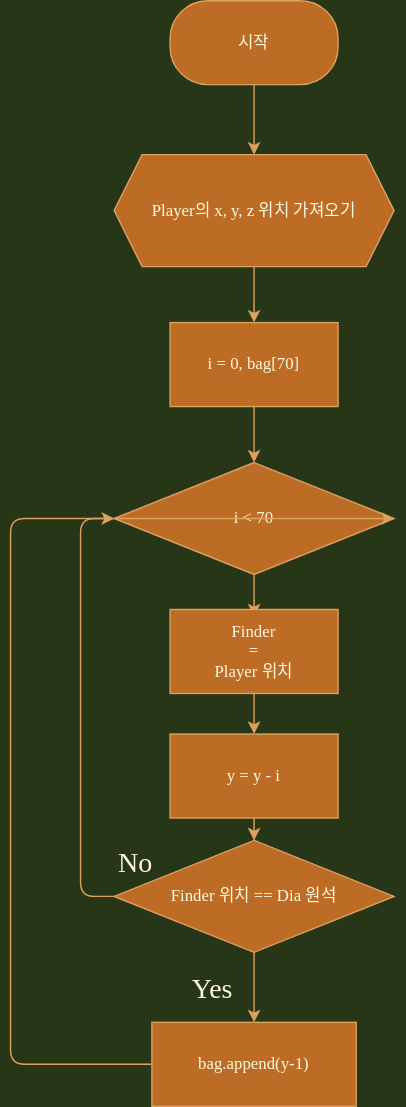
Above: Algorithm/finding_dia.drawio.svg in Xe-Kinesis/Minecraft-Python (draw.io), before the change. Source tidied: cells renumbered, new cells last; positions are measured from the earlier drawing's top-left corner, leaving out a move shared by most shapes. The source it was exported from:
```xml
<mxGraphModel background="#283618">
  <root>
    <mxCell id="0" />
    <mxCell id="1" parent="0" />
    <mxCell id="2" style="edgeStyle=orthogonalEdgeStyle;curved=0;rounded=1;sketch=0;jettySize=auto;html=1;fontFamily=어그로체;fontSource=https%3A%2F%2Fcdn.jsdelivr.net%2Fgh%2Fprojectnoonnu%2Fnoonfonts_2108%401.1%2FSBAggroB.woff;fontColor=#FEFAE0;strokeColor=#DDA15E;labelBackgroundColor=#283618;" parent="1" edge="1" source="3" target="5">
      <mxGeometry relative="1" as="geometry" />
    </mxCell>
    <mxCell id="3" value="시작" style="rounded=1;whiteSpace=wrap;html=1;sketch=0;fontColor=#FEFAE0;strokeColor=#DDA15E;fillColor=#BC6C25;arcSize=45;fontFamily=어그로체;fontSource=https%3A%2F%2Fcdn.jsdelivr.net%2Fgh%2Fprojectnoonnu%2Fnoonfonts_2108%401.1%2FSBAggroB.woff;" parent="1" vertex="1">
      <mxGeometry x="114" width="120" height="60" as="geometry" />
    </mxCell>
    <mxCell id="4" style="edgeStyle=orthogonalEdgeStyle;curved=0;rounded=1;sketch=0;jettySize=auto;html=1;fontFamily=어그로체;fontSource=https%3A%2F%2Fcdn.jsdelivr.net%2Fgh%2Fprojectnoonnu%2Fnoonfonts_2108%401.1%2FSBAggroB.woff;fontColor=#FEFAE0;strokeColor=#DDA15E;labelBackgroundColor=#283618;" parent="1" edge="1" source="5" target="7">
      <mxGeometry relative="1" as="geometry" />
    </mxCell>
    <mxCell id="5" value="Player의 x, y, z 위치 가져오기" style="shape=hexagon;perimeter=hexagonPerimeter2;whiteSpace=wrap;html=1;fixedSize=1;rounded=0;sketch=0;fontFamily=어그로체;fontSource=https%3A%2F%2Fcdn.jsdelivr.net%2Fgh%2Fprojectnoonnu%2Fnoonfonts_2108%401.1%2FSBAggroB.woff;fontColor=#FEFAE0;strokeColor=#DDA15E;fillColor=#BC6C25;" parent="1" vertex="1">
      <mxGeometry x="74" y="110" width="200" height="80" as="geometry" />
    </mxCell>
    <mxCell id="6" style="edgeStyle=orthogonalEdgeStyle;curved=0;rounded=1;sketch=0;jettySize=auto;html=1;fontFamily=어그로체;fontSource=https%3A%2F%2Fcdn.jsdelivr.net%2Fgh%2Fprojectnoonnu%2Fnoonfonts_2108%401.1%2FSBAggroB.woff;fontColor=#FEFAE0;strokeColor=#DDA15E;labelBackgroundColor=#283618;" parent="1" edge="1" source="7" target="9">
      <mxGeometry relative="1" as="geometry" />
    </mxCell>
    <mxCell id="7" value="i = 0, bag[70]" style="rounded=0;whiteSpace=wrap;html=1;sketch=0;fontFamily=어그로체;fontSource=https%3A%2F%2Fcdn.jsdelivr.net%2Fgh%2Fprojectnoonnu%2Fnoonfonts_2108%401.1%2FSBAggroB.woff;fontColor=#FEFAE0;strokeColor=#DDA15E;fillColor=#BC6C25;" parent="1" vertex="1">
      <mxGeometry x="114" y="230" width="120" height="60" as="geometry" />
    </mxCell>
    <mxCell id="8" style="edgeStyle=orthogonalEdgeStyle;curved=0;rounded=1;sketch=0;jettySize=auto;html=1;fontFamily=어그로체;fontSource=https%3A%2F%2Fcdn.jsdelivr.net%2Fgh%2Fprojectnoonnu%2Fnoonfonts_2108%401.1%2FSBAggroB.woff;fontColor=#FEFAE0;strokeColor=#DDA15E;labelBackgroundColor=#283618;" parent="1" edge="1" source="9">
      <mxGeometry relative="1" as="geometry">
        <mxPoint x="174" y="440" as="targetPoint" />
        <Array as="points">
          <mxPoint x="174" y="430" />
          <mxPoint x="174" y="430" />
        </Array>
      </mxGeometry>
    </mxCell>
    <mxCell id="9" value="i &amp;lt; 70" style="rhombus;whiteSpace=wrap;html=1;rounded=0;fontFamily=어그로체;fontSource=https%3A%2F%2Fcdn.jsdelivr.net%2Fgh%2Fprojectnoonnu%2Fnoonfonts_2108%401.1%2FSBAggroB.woff;fontColor=#FEFAE0;strokeColor=#DDA15E;fillColor=#BC6C25;sketch=0;" parent="1" vertex="1">
      <mxGeometry x="74" y="330" width="200" height="80" as="geometry" />
    </mxCell>
    <mxCell id="10" style="edgeStyle=orthogonalEdgeStyle;curved=0;rounded=1;sketch=0;jettySize=auto;html=1;fontFamily=어그로체;fontSource=https%3A%2F%2Fcdn.jsdelivr.net%2Fgh%2Fprojectnoonnu%2Fnoonfonts_2108%401.1%2FSBAggroB.woff;fontColor=#FEFAE0;strokeColor=#DDA15E;labelBackgroundColor=#283618;" parent="1" edge="1" source="11" target="14">
      <mxGeometry relative="1" as="geometry" />
    </mxCell>
    <mxCell id="11" value="y = y - i" style="whiteSpace=wrap;html=1;rounded=0;fontFamily=어그로체;fontSource=https%3A%2F%2Fcdn.jsdelivr.net%2Fgh%2Fprojectnoonnu%2Fnoonfonts_2108%401.1%2FSBAggroB.woff;fontColor=#FEFAE0;strokeColor=#DDA15E;fillColor=#BC6C25;sketch=0;" parent="1" vertex="1">
      <mxGeometry x="114" y="524" width="120" height="60" as="geometry" />
    </mxCell>
    <mxCell id="12" style="edgeStyle=orthogonalEdgeStyle;curved=0;rounded=1;sketch=0;jettySize=auto;html=1;fontFamily=어그로체;fontSource=https%3A%2F%2Fcdn.jsdelivr.net%2Fgh%2Fprojectnoonnu%2Fnoonfonts_2108%401.1%2FSBAggroB.woff;fontColor=#FEFAE0;strokeColor=#DDA15E;labelBackgroundColor=#283618;" parent="1" edge="1" source="14" target="18">
      <mxGeometry relative="1" as="geometry" />
    </mxCell>
    <mxCell id="13" style="edgeStyle=orthogonalEdgeStyle;curved=0;rounded=1;sketch=0;jettySize=auto;html=1;fontFamily=어그로체;fontSource=https%3A%2F%2Fcdn.jsdelivr.net%2Fgh%2Fprojectnoonnu%2Fnoonfonts_2108%401.1%2FSBAggroB.woff;fontColor=#FEFAE0;strokeColor=#DDA15E;entryX=1;entryY=0.5;entryDx=0;entryDy=0;exitX=1;exitY=0.5;exitDx=0;exitDy=0;labelBackgroundColor=#283618;" parent="1" edge="1" source="14" target="9">
      <mxGeometry relative="1" as="geometry">
        <Array as="points">
          <mxPoint x="50" y="640" />
          <mxPoint x="50" y="370" />
        </Array>
      </mxGeometry>
    </mxCell>
    <mxCell id="14" value="Finder 위치 == Dia 원석" style="rhombus;whiteSpace=wrap;html=1;rounded=0;fontFamily=어그로체;fontSource=https%3A%2F%2Fcdn.jsdelivr.net%2Fgh%2Fprojectnoonnu%2Fnoonfonts_2108%401.1%2FSBAggroB.woff;fontColor=#FEFAE0;strokeColor=#DDA15E;fillColor=#BC6C25;sketch=0;" parent="1" vertex="1">
      <mxGeometry x="74" y="600" width="200" height="80" as="geometry" />
    </mxCell>
    <mxCell id="15" style="edgeStyle=orthogonalEdgeStyle;curved=0;rounded=1;sketch=0;jettySize=auto;html=1;fontFamily=어그로체;fontSource=https%3A%2F%2Fcdn.jsdelivr.net%2Fgh%2Fprojectnoonnu%2Fnoonfonts_2108%401.1%2FSBAggroB.woff;fontColor=#FEFAE0;strokeColor=#DDA15E;labelBackgroundColor=#283618;" parent="1" edge="1" source="16" target="11">
      <mxGeometry relative="1" as="geometry" />
    </mxCell>
    <mxCell id="16" value="Finder &lt;br&gt;= &lt;br&gt;Player 위치" style="whiteSpace=wrap;html=1;rounded=0;fontFamily=어그로체;fontSource=https%3A%2F%2Fcdn.jsdelivr.net%2Fgh%2Fprojectnoonnu%2Fnoonfonts_2108%401.1%2FSBAggroB.woff;fontColor=#FEFAE0;strokeColor=#DDA15E;fillColor=#BC6C25;sketch=0;" parent="1" vertex="1">
      <mxGeometry x="114" y="435" width="120" height="60" as="geometry" />
    </mxCell>
    <mxCell id="17" style="edgeStyle=orthogonalEdgeStyle;curved=0;rounded=1;sketch=0;jettySize=auto;html=1;fontFamily=어그로체;fontSource=https%3A%2F%2Fcdn.jsdelivr.net%2Fgh%2Fprojectnoonnu%2Fnoonfonts_2108%401.1%2FSBAggroB.woff;fontColor=#FEFAE0;strokeColor=#DDA15E;entryX=0;entryY=0.5;entryDx=0;entryDy=0;labelBackgroundColor=#283618;" parent="1" edge="1" source="18" target="9">
      <mxGeometry relative="1" as="geometry">
        <Array as="points">
          <mxPoint y="760" />
          <mxPoint y="370" />
        </Array>
      </mxGeometry>
    </mxCell>
    <mxCell id="18" value="bag.append(y-1)" style="whiteSpace=wrap;html=1;rounded=0;fontFamily=어그로체;fontSource=https%3A%2F%2Fcdn.jsdelivr.net%2Fgh%2Fprojectnoonnu%2Fnoonfonts_2108%401.1%2FSBAggroB.woff;fontColor=#FEFAE0;strokeColor=#DDA15E;fillColor=#BC6C25;sketch=0;" parent="1" vertex="1">
      <mxGeometry x="101" y="730" width="146" height="60" as="geometry" />
    </mxCell>
    <mxCell id="19" value="&lt;font face=&quot;어그로체&quot;&gt;No&lt;/font&gt;" style="text;html=1;align=center;verticalAlign=middle;sketch=1;hachureGap=4;fontFamily=Architects Daughter;fontSource=https%3A%2F%2Ffonts.googleapis.com%2Fcss%3Ffamily%3DArchitects%2BDaughter;fontSize=20;fontColor=#FEFAE0;" parent="1" vertex="1">
      <mxGeometry x="64" y="600" width="50" height="30" as="geometry" />
    </mxCell>
    <mxCell id="20" value="&lt;font face=&quot;어그로체&quot;&gt;Yes&lt;/font&gt;" style="text;html=1;align=center;verticalAlign=middle;sketch=1;hachureGap=4;fontFamily=Architects Daughter;fontSource=https%3A%2F%2Ffonts.googleapis.com%2Fcss%3Ffamily%3DArchitects%2BDaughter;fontSize=20;fontColor=#FEFAE0;" parent="1" vertex="1">
      <mxGeometry x="114" y="690" width="60" height="30" as="geometry" />
    </mxCell>
  </root>
</mxGraphModel>
```
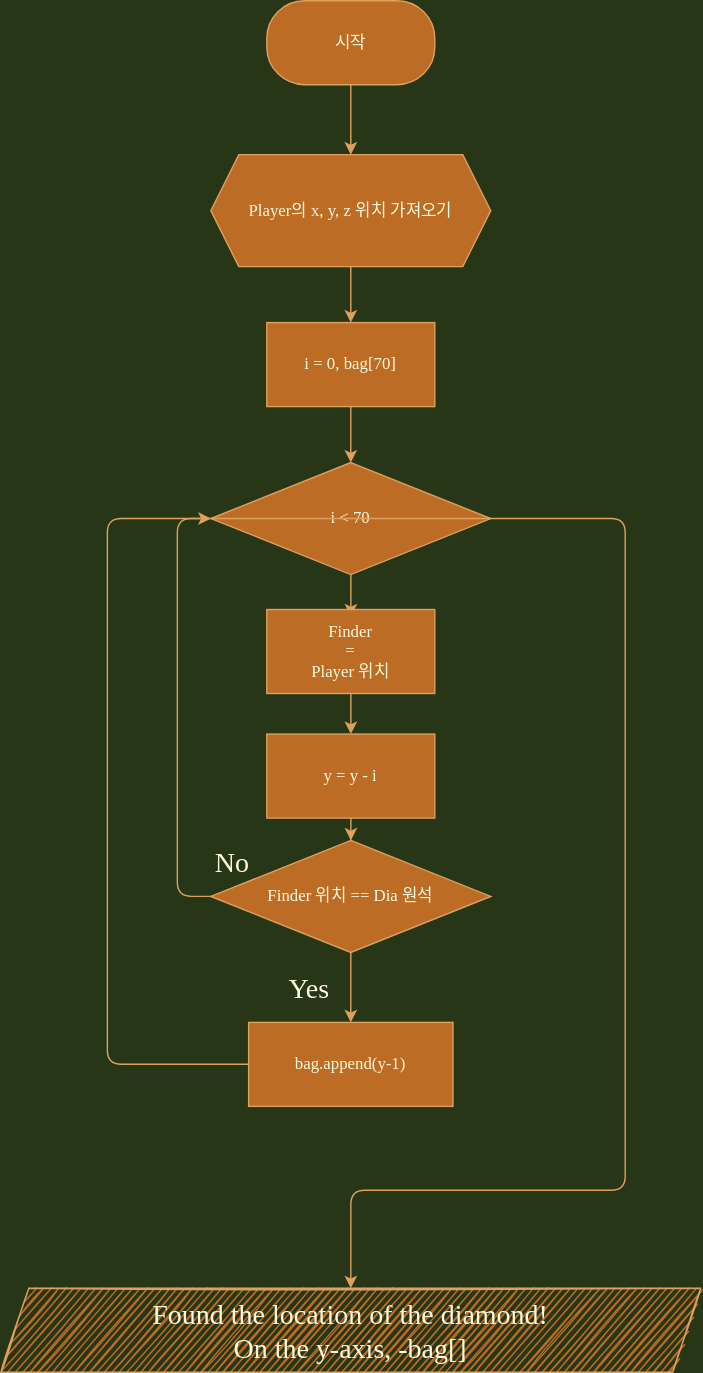
Later version of the same file.

Change to the diagram source:
```diff
@@ -41,11 +41,14 @@
     <mxCell id="12" style="edgeStyle=orthogonalEdgeStyle;curved=0;rounded=1;sketch=0;jettySize=auto;html=1;fontFamily=어그로체;fontSource=https%3A%2F%2Fcdn.jsdelivr.net%2Fgh%2Fprojectnoonnu%2Fnoonfonts_2108%401.1%2FSBAggroB.woff;fontColor=#FEFAE0;strokeColor=#DDA15E;labelBackgroundColor=#283618;" parent="1" edge="1" source="14" target="18">
       <mxGeometry relative="1" as="geometry" />
     </mxCell>
-    <mxCell id="13" style="edgeStyle=orthogonalEdgeStyle;curved=0;rounded=1;sketch=0;jettySize=auto;html=1;fontFamily=어그로체;fontSource=https%3A%2F%2Fcdn.jsdelivr.net%2Fgh%2Fprojectnoonnu%2Fnoonfonts_2108%401.1%2FSBAggroB.woff;fontColor=#FEFAE0;strokeColor=#DDA15E;entryX=1;entryY=0.5;entryDx=0;entryDy=0;exitX=1;exitY=0.5;exitDx=0;exitDy=0;labelBackgroundColor=#283618;" parent="1" edge="1" source="14" target="9">
+    <mxCell id="13" style="edgeStyle=orthogonalEdgeStyle;curved=0;rounded=1;sketch=0;jettySize=auto;html=1;fontFamily=어그로체;fontSource=https%3A%2F%2Fcdn.jsdelivr.net%2Fgh%2Fprojectnoonnu%2Fnoonfonts_2108%401.1%2FSBAggroB.woff;fontColor=#FEFAE0;strokeColor=#DDA15E;exitX=1;exitY=0.5;exitDx=0;exitDy=0;labelBackgroundColor=#283618;" parent="1" edge="1" source="14">
       <mxGeometry relative="1" as="geometry">
+        <mxPoint x="174" y="920" as="targetPoint" />
         <Array as="points">
           <mxPoint x="50" y="640" />
           <mxPoint x="50" y="370" />
+          <mxPoint x="370" y="370" />
+          <mxPoint x="370" y="850" />
         </Array>
       </mxGeometry>
     </mxCell>
@@ -75,5 +78,8 @@
     <mxCell id="20" value="&lt;font face=&quot;어그로체&quot;&gt;Yes&lt;/font&gt;" style="text;html=1;align=center;verticalAlign=middle;sketch=1;hachureGap=4;fontFamily=Architects Daughter;fontSource=https%3A%2F%2Ffonts.googleapis.com%2Fcss%3Ffamily%3DArchitects%2BDaughter;fontSize=20;fontColor=#FEFAE0;" parent="1" vertex="1">
       <mxGeometry x="114" y="690" width="60" height="30" as="geometry" />
     </mxCell>
+    <mxCell id="21" value="Found the location of the diamond! &lt;br&gt;On the y-axis, -bag[]" style="shape=parallelogram;perimeter=parallelogramPerimeter;whiteSpace=wrap;html=1;fixedSize=1;sketch=1;hachureGap=4;fontFamily=Architects Daughter;fontSource=https%3A%2F%2Ffonts.googleapis.com%2Fcss%3Ffamily%3DArchitects%2BDaughter;fontSize=20;rounded=0;fontColor=#FEFAE0;strokeColor=#DDA15E;fillColor=#BC6C25;" parent="1" vertex="1">
+      <mxGeometry x="-76" y="920" width="500" height="60" as="geometry" />
+    </mxCell>
   </root>
 </mxGraphModel>
```
